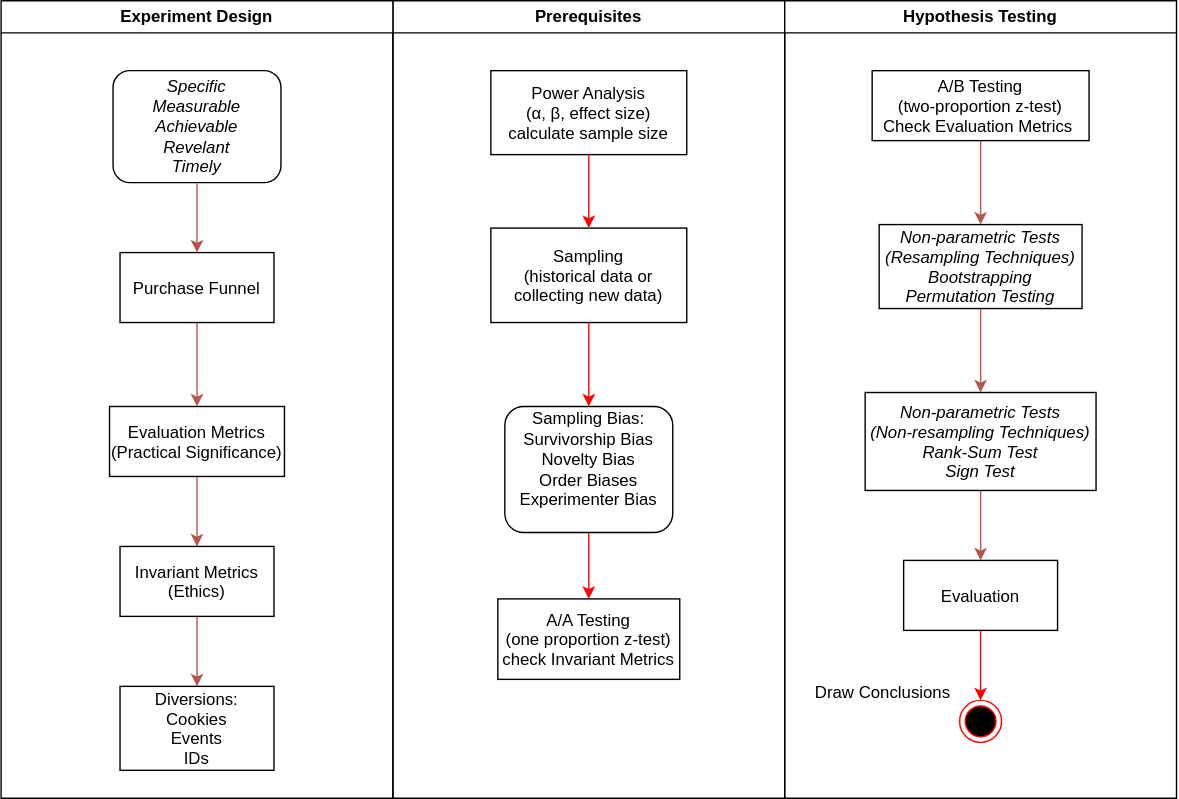
The draw.io diagram general_ab_testing.svg in ZacksAmber/Flowcharts, before a commit. Source tidied: cells renumbered, new cells last; positions are measured from the earlier drawing's top-left corner, leaving out a move shared by most shapes.
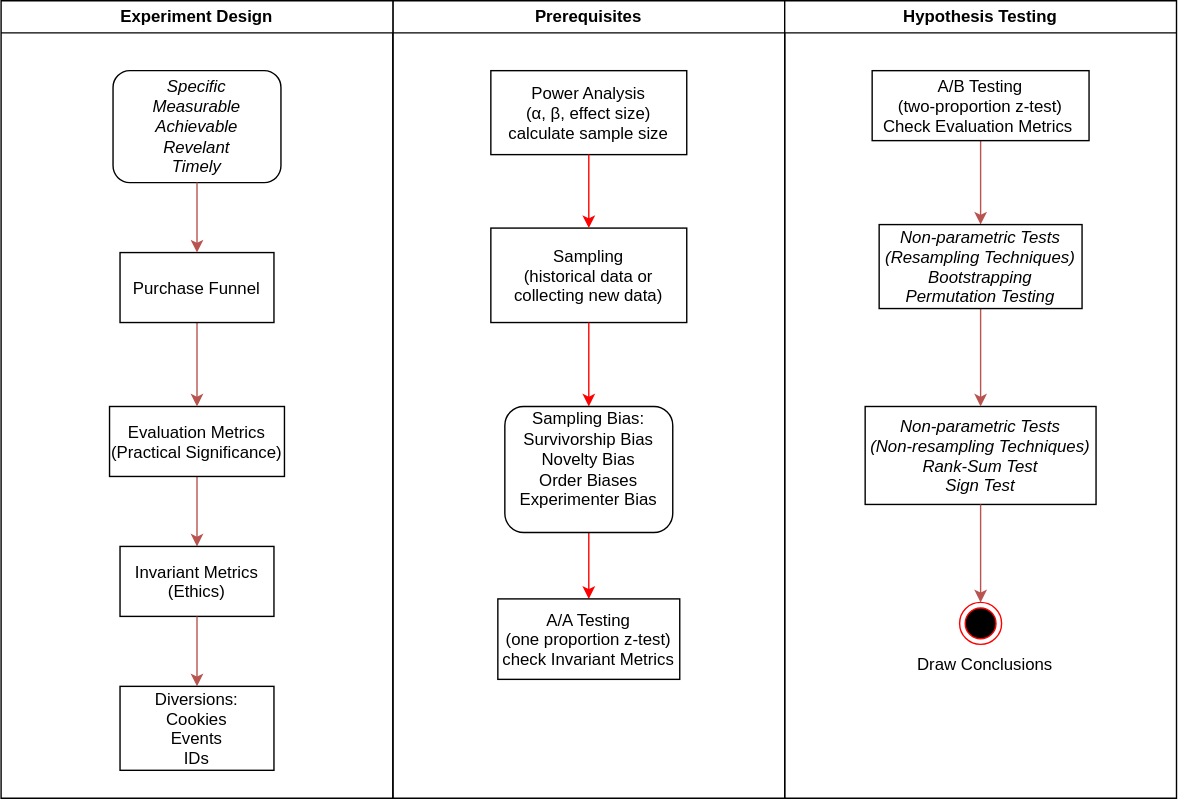
After the change.

Diff of the diagram source:
```diff
@@ -31,26 +31,14 @@
     <mxCell id="10" value="Hypothesis Testing" style="swimlane;whiteSpace=wrap;" parent="1" vertex="1">
       <mxGeometry x="560" width="280" height="570" as="geometry" />
     </mxCell>
-    <mxCell id="11" value="Evaluation" parent="10" vertex="1">
-      <mxGeometry x="85" y="400" width="110" height="50" as="geometry" />
-    </mxCell>
-    <mxCell id="12" style="ellipse;shape=endState;fillColor=#000000;strokeColor=#ff0000;" parent="10" vertex="1">
-      <mxGeometry x="125" y="500" width="30" height="30" as="geometry" />
-    </mxCell>
-    <mxCell id="13" style="endArrow=classic;strokeColor=#FF0000;endFill=1;rounded=0;edgeStyle=orthogonalEdgeStyle;" parent="10" edge="1" source="11" target="12">
-      <mxGeometry relative="1" as="geometry" />
-    </mxCell>
     <mxCell id="14" style="edgeStyle=orthogonalEdgeStyle;rounded=0;jettySize=auto;html=1;fillColor=#f8cecc;strokeColor=#b85450;" parent="10" edge="1" source="15" target="19">
       <mxGeometry relative="1" as="geometry" />
     </mxCell>
     <mxCell id="15" value="A/B Testing&#10;(two-proportion z-test)&#10;Check Evaluation Metrics " parent="10" vertex="1">
       <mxGeometry x="62.5" y="50" width="155" height="50" as="geometry" />
     </mxCell>
-    <mxCell id="16" style="edgeStyle=orthogonalEdgeStyle;rounded=0;jettySize=auto;html=1;fillColor=#f8cecc;strokeColor=#b85450;" parent="10" edge="1" source="17" target="11">
-      <mxGeometry relative="1" as="geometry" />
-    </mxCell>
     <mxCell id="17" value="Non-parametric Tests&#10;(Non-resampling Techniques)&#10;Rank-Sum Test&#10;Sign Test" style="fontStyle=2;" parent="10" vertex="1">
-      <mxGeometry x="57.5" y="280" width="165" height="70" as="geometry" />
+      <mxGeometry x="57.5" y="290" width="165" height="70" as="geometry" />
     </mxCell>
     <mxCell id="18" style="edgeStyle=orthogonalEdgeStyle;rounded=0;jettySize=auto;html=1;fillColor=#f8cecc;strokeColor=#b85450;" parent="10" edge="1" source="19" target="17">
       <mxGeometry relative="1" as="geometry" />
@@ -59,8 +47,14 @@
       <mxGeometry x="67.5" y="160" width="145" height="60" as="geometry" />
     </mxCell>
     <mxCell id="20" value="&lt;div&gt;Draw Conclusions&lt;/div&gt;" style="text;html=1;align=left;verticalAlign=middle;fillColor=none;strokeColor=none;rounded=0;" parent="10" vertex="1">
-      <mxGeometry x="20" y="480" width="120" height="30" as="geometry" />
+      <mxGeometry x="92.5" y="460" width="120" height="30" as="geometry" />
     </mxCell>
+    <mxCell id="31" style="edgeStyle=orthogonalEdgeStyle;rounded=0;jettySize=auto;html=1;fillColor=#f8cecc;strokeColor=#b85450;entryX=0.5;entryY=0;entryDx=0;entryDy=0;" parent="10" edge="1" source="17" target="12">
+      <mxGeometry relative="1" as="geometry" />
+    </mxCell>
+    <mxCell id="12" style="ellipse;shape=endState;fillColor=#000000;strokeColor=#ff0000;" parent="10" vertex="1">
+      <mxGeometry x="125" y="430" width="30" height="30" as="geometry" />
+    </mxCell>
     <mxCell id="21" value="Experiment Design" style="swimlane;whiteSpace=wrap;" parent="1" vertex="1">
       <mxGeometry width="280" height="570" as="geometry" />
     </mxCell>
```
